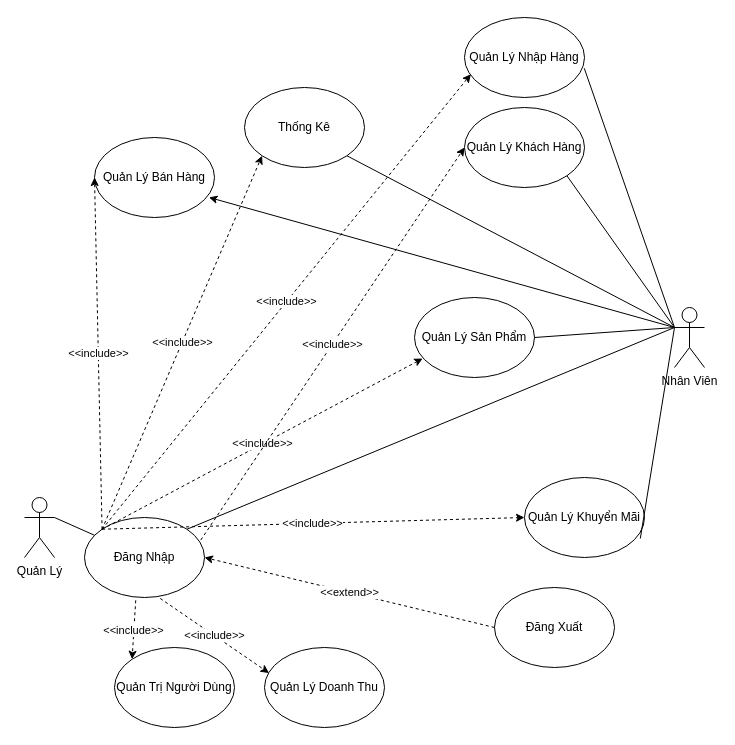
The draw.io diagram UseCase3.drawio in maivantai2003/Database, before the edit. Source tidied: cells renumbered, new cells numbered last; positions are measured from the earlier drawing's top-left corner, leaving out a move shared by most shapes. Both pictures are drawn from the tidied source at 100%, with x=0, y=0 at pixel (24, 17).
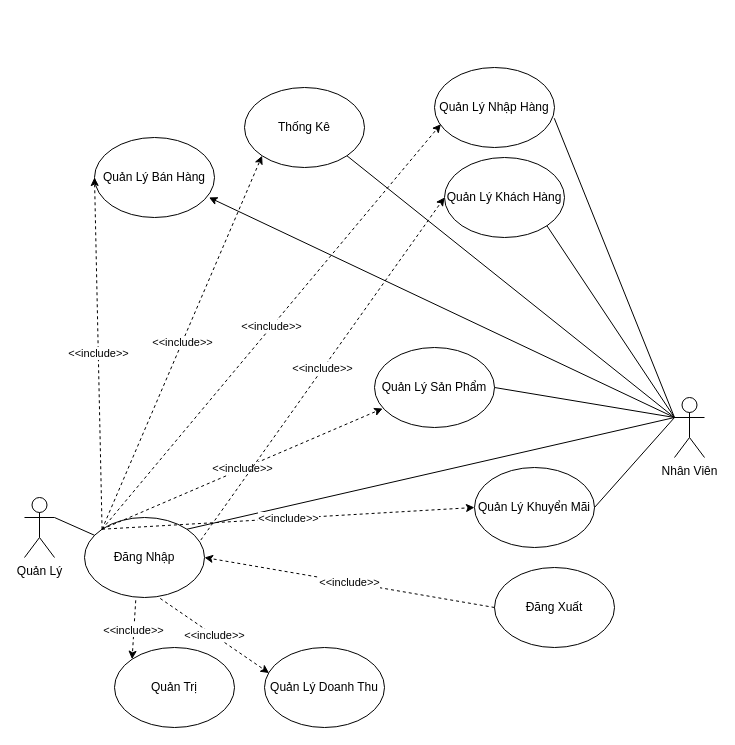
After the change.

Commit message:
Cập nhật UseCase3.drawio

Unchanged cells that the change refers to:
```xml
<mxCell id="3" value="Đăng Nhập" style="ellipse;whiteSpace=wrap;html=1;" parent="1" vertex="1">
  <mxGeometry x="60" y="500" width="120" height="80" as="geometry" />
</mxCell>
```

Change to the diagram source:
```diff
@@
     <mxCell id="2" value="Nhân Viên" style="shape=umlActor;verticalLabelPosition=bottom;verticalAlign=top;html=1;outlineConnect=0;" parent="1" vertex="1">
-      <mxGeometry x="650" y="290" width="30" height="60" as="geometry" />
+      <mxGeometry x="650" y="380" width="30" height="60" as="geometry" />
     </mxCell>
@@
     <mxCell id="4" value="Đăng Xuất" style="ellipse;whiteSpace=wrap;html=1;" parent="1" vertex="1">
-      <mxGeometry x="470" y="570" width="120" height="80" as="geometry" />
+      <mxGeometry x="470" y="550" width="120" height="80" as="geometry" />
     </mxCell>
-    <mxCell id="5" value="&amp;lt;&amp;lt;extend&amp;gt;&amp;gt;" style="endArrow=classic;html=1;rounded=0;exitX=0;exitY=0.5;exitDx=0;exitDy=0;dashed=1;entryX=1;entryY=0.5;entryDx=0;entryDy=0;" parent="1" edge="1" source="4" target="3">
+    <mxCell id="5" value="&amp;lt;&amp;lt;include&amp;gt;&amp;gt;" style="endArrow=classic;html=1;rounded=0;exitX=0;exitY=0.5;exitDx=0;exitDy=0;dashed=1;entryX=1;entryY=0.5;entryDx=0;entryDy=0;" parent="1" edge="1" source="4" target="3">
       <mxGeometry relative="1" as="geometry" />
     </mxCell>
     <mxCell id="6" value="Quản Lý Khách Hàng" style="ellipse;whiteSpace=wrap;html=1;" parent="1" vertex="1">
-      <mxGeometry x="440" y="90" width="120" height="80" as="geometry" />
+      <mxGeometry x="420" y="140" width="120" height="80" as="geometry" />
     </mxCell>
     <mxCell id="7" value="Quản Lý Nhập Hàng" style="ellipse;whiteSpace=wrap;html=1;" parent="1" vertex="1">
-      <mxGeometry x="440" width="120" height="80" as="geometry" />
+      <mxGeometry x="410" y="50" width="120" height="80" as="geometry" />
     </mxCell>
@@
-    <mxCell id="12" value="Quản Trị Người Dùng" style="ellipse;whiteSpace=wrap;html=1;" parent="1" vertex="1">
+    <mxCell id="12" value="Quản Trị" style="ellipse;whiteSpace=wrap;html=1;" parent="1" vertex="1">
       <mxGeometry x="90" y="630" width="120" height="80" as="geometry" />
     </mxCell>
@@
     <mxCell id="19" value="Quản Lý Khuyển Mãi" style="ellipse;whiteSpace=wrap;html=1;" parent="1" vertex="1">
-      <mxGeometry x="500" y="460" width="120" height="80" as="geometry" />
+      <mxGeometry x="450" y="450" width="120" height="80" as="geometry" />
     </mxCell>
-    <mxCell id="20" style="endArrow=none;html=1;rounded=0;exitX=0;exitY=0.3333333333333333;exitDx=0;exitDy=0;exitPerimeter=0;entryX=0.965;entryY=0.763;entryDx=0;entryDy=0;entryPerimeter=0;endFill=0;" parent="1" edge="1" source="2" target="19">
+    <mxCell id="20" style="endArrow=none;html=1;rounded=0;exitX=0;exitY=0.3333333333333333;exitDx=0;exitDy=0;exitPerimeter=0;entryX=1;entryY=0.5;entryDx=0;entryDy=0;endFill=0;" parent="1" edge="1" source="2" target="19">
       <mxGeometry relative="1" as="geometry" />
     </mxCell>
@@
     <mxCell id="22" value="Quản Lý Sản Phẩm" style="ellipse;whiteSpace=wrap;html=1;" parent="1" vertex="1">
-      <mxGeometry x="390" y="280" width="120" height="80" as="geometry" />
+      <mxGeometry x="350" y="330" width="120" height="80" as="geometry" />
     </mxCell>
```
